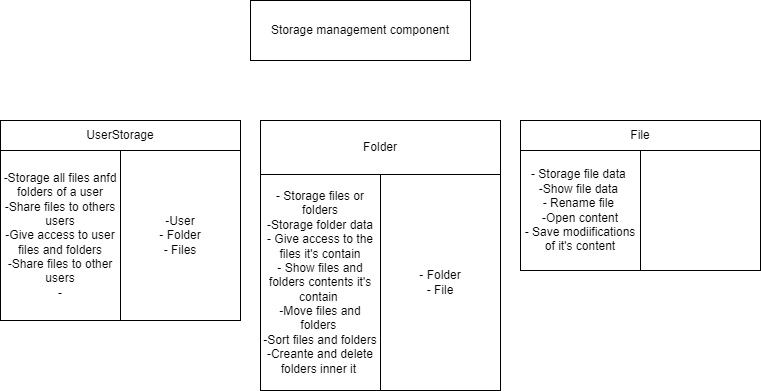
The draw.io diagram UML/CrcCards/CrcCardStorageManagement.drawio.png in Advanced-Programming-Project-Drive-UFJC/Backend-python, before a commit. Source tidied: cells renumbered, new cells last; positions are measured from the earlier drawing's top-left corner, leaving out a move shared by most shapes. Its diagram source:
```xml
<mxGraphModel>
  <root>
    <mxCell id="0" />
    <mxCell id="1" parent="0" />
    <mxCell id="2" style="group;" parent="1" vertex="1">
      <mxGeometry y="120" width="240" height="210" as="geometry" />
    </mxCell>
    <mxCell id="3" value="&lt;div style=&quot;&quot;&gt;-Storage all files anfd folders of a user&lt;/div&gt;&lt;div style=&quot;&quot;&gt;-Share files to others users&lt;/div&gt;&lt;div style=&quot;&quot;&gt;-Give access to user files and folders&lt;/div&gt;&lt;div style=&quot;&quot;&gt;-Share files to other users&lt;/div&gt;&lt;div style=&quot;&quot;&gt;-&lt;/div&gt;" style="whiteSpace=wrap;html=1;align=center;" parent="2" vertex="1">
      <mxGeometry y="30" width="120" height="170" as="geometry" />
    </mxCell>
    <mxCell id="4" value="-User&lt;div&gt;- Folder&lt;/div&gt;&lt;div&gt;- Files&lt;/div&gt;" style="whiteSpace=wrap;html=1;" parent="2" vertex="1">
      <mxGeometry x="120" y="30" width="120" height="170" as="geometry" />
    </mxCell>
    <mxCell id="5" value="UserStorage" style="whiteSpace=wrap;html=1;" parent="2" vertex="1">
      <mxGeometry width="240" height="30" as="geometry" />
    </mxCell>
    <mxCell id="6" style="group;" parent="1" vertex="1">
      <mxGeometry x="520" y="120" width="240" height="150" as="geometry" />
    </mxCell>
    <mxCell id="7" value="&lt;div style=&quot;&quot;&gt;- Storage file data&amp;nbsp;&lt;/div&gt;&lt;div style=&quot;&quot;&gt;-Show file data&amp;nbsp;&lt;/div&gt;&lt;div style=&quot;&quot;&gt;- Rename file&amp;nbsp;&lt;/div&gt;&lt;div style=&quot;&quot;&gt;-Open content&lt;/div&gt;&lt;div style=&quot;&quot;&gt;- Save modiifications of it's content&lt;/div&gt;" style="whiteSpace=wrap;html=1;align=center;" parent="6" vertex="1">
      <mxGeometry y="30" width="120" height="120" as="geometry" />
    </mxCell>
    <mxCell id="8" style="whiteSpace=wrap;html=1;" parent="6" vertex="1">
      <mxGeometry x="120" y="30" width="120" height="120" as="geometry" />
    </mxCell>
    <mxCell id="9" value="File" style="whiteSpace=wrap;html=1;" parent="6" vertex="1">
      <mxGeometry width="240" height="30" as="geometry" />
    </mxCell>
    <mxCell id="10" style="group;" parent="1" vertex="1">
      <mxGeometry x="260" y="120" width="240" height="270" as="geometry" />
    </mxCell>
    <mxCell id="11" value="&lt;div style=&quot;&quot;&gt;- Storage files or folders&lt;/div&gt;&lt;div style=&quot;&quot;&gt;-Storage folder data&lt;/div&gt;&lt;div style=&quot;&quot;&gt;- Give access to the files it's contain&lt;/div&gt;&lt;div style=&quot;&quot;&gt;- Show files and folders contents it's contain&amp;nbsp;&lt;/div&gt;&lt;div style=&quot;&quot;&gt;-Move files and folders&amp;nbsp;&lt;/div&gt;&lt;div style=&quot;&quot;&gt;-Sort files and folders&lt;/div&gt;&lt;div style=&quot;&quot;&gt;-Creante and delete folders inner it&amp;nbsp;&lt;/div&gt;" style="whiteSpace=wrap;html=1;align=center;" parent="10" vertex="1">
      <mxGeometry y="54" width="120" height="216" as="geometry" />
    </mxCell>
    <mxCell id="12" value="&lt;div&gt;- Folder&lt;/div&gt;&lt;div&gt;- File&lt;/div&gt;" style="whiteSpace=wrap;html=1;" parent="10" vertex="1">
      <mxGeometry x="120" y="54" width="120" height="216" as="geometry" />
    </mxCell>
    <mxCell id="13" value="Folder" style="whiteSpace=wrap;html=1;" parent="10" vertex="1">
      <mxGeometry width="240" height="54" as="geometry" />
    </mxCell>
    <mxCell id="14" value="Storage management component" style="rounded=0;whiteSpace=wrap;html=1;" parent="1" vertex="1">
      <mxGeometry x="250" width="220" height="60" as="geometry" />
    </mxCell>
  </root>
</mxGraphModel>
```
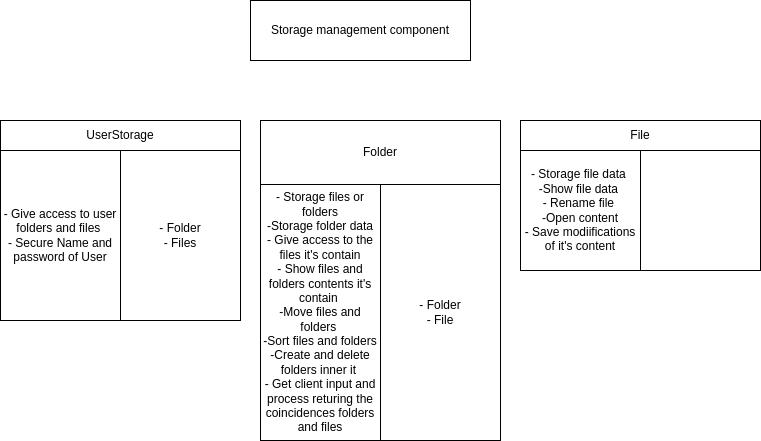
Above is the later version.

Commit message:
Uploading new version of Class diagrams and Crc Cards

Diff of the diagram source:
```diff
@@ -5,10 +5,10 @@
     <mxCell id="2" style="group;" parent="1" vertex="1">
       <mxGeometry y="120" width="240" height="210" as="geometry" />
     </mxCell>
-    <mxCell id="3" value="&lt;div style=&quot;&quot;&gt;-Storage all files anfd folders of a user&lt;/div&gt;&lt;div style=&quot;&quot;&gt;-Share files to others users&lt;/div&gt;&lt;div style=&quot;&quot;&gt;-Give access to user files and folders&lt;/div&gt;&lt;div style=&quot;&quot;&gt;-Share files to other users&lt;/div&gt;&lt;div style=&quot;&quot;&gt;-&lt;/div&gt;" style="whiteSpace=wrap;html=1;align=center;" parent="2" vertex="1">
+    <mxCell id="3" value="&lt;div style=&quot;&quot;&gt;- Give access to user folders and files&amp;nbsp;&lt;/div&gt;&lt;div style=&quot;&quot;&gt;- Secure Name and password of User&lt;/div&gt;" style="whiteSpace=wrap;html=1;align=center;" parent="2" vertex="1">
       <mxGeometry y="30" width="120" height="170" as="geometry" />
     </mxCell>
-    <mxCell id="4" value="-User&lt;div&gt;- Folder&lt;/div&gt;&lt;div&gt;- Files&lt;/div&gt;" style="whiteSpace=wrap;html=1;" parent="2" vertex="1">
+    <mxCell id="4" value="&lt;div&gt;- Folder&lt;/div&gt;&lt;div&gt;- Files&lt;/div&gt;" style="whiteSpace=wrap;html=1;" parent="2" vertex="1">
       <mxGeometry x="120" y="30" width="120" height="170" as="geometry" />
     </mxCell>
     <mxCell id="5" value="UserStorage" style="whiteSpace=wrap;html=1;" parent="2" vertex="1">
@@ -27,16 +27,16 @@
       <mxGeometry width="240" height="30" as="geometry" />
     </mxCell>
     <mxCell id="10" style="group;" parent="1" vertex="1">
-      <mxGeometry x="260" y="120" width="240" height="270" as="geometry" />
+      <mxGeometry x="260" y="120" width="240" height="320" as="geometry" />
     </mxCell>
-    <mxCell id="11" value="&lt;div style=&quot;&quot;&gt;- Storage files or folders&lt;/div&gt;&lt;div style=&quot;&quot;&gt;-Storage folder data&lt;/div&gt;&lt;div style=&quot;&quot;&gt;- Give access to the files it's contain&lt;/div&gt;&lt;div style=&quot;&quot;&gt;- Show files and folders contents it's contain&amp;nbsp;&lt;/div&gt;&lt;div style=&quot;&quot;&gt;-Move files and folders&amp;nbsp;&lt;/div&gt;&lt;div style=&quot;&quot;&gt;-Sort files and folders&lt;/div&gt;&lt;div style=&quot;&quot;&gt;-Creante and delete folders inner it&amp;nbsp;&lt;/div&gt;" style="whiteSpace=wrap;html=1;align=center;" parent="10" vertex="1">
-      <mxGeometry y="54" width="120" height="216" as="geometry" />
+    <mxCell id="11" value="&lt;div style=&quot;&quot;&gt;- Storage files or folders&lt;/div&gt;&lt;div style=&quot;&quot;&gt;-Storage folder data&lt;/div&gt;&lt;div style=&quot;&quot;&gt;- Give access to the files it's contain&lt;/div&gt;&lt;div style=&quot;&quot;&gt;- Show files and folders contents it's contain&amp;nbsp;&lt;/div&gt;&lt;div style=&quot;&quot;&gt;-Move files and folders&amp;nbsp;&lt;/div&gt;&lt;div style=&quot;&quot;&gt;-Sort files and folders&lt;/div&gt;&lt;div style=&quot;&quot;&gt;-Create and delete folders inner it&amp;nbsp;&lt;/div&gt;- Get client input and process returing the coincidences folders and files" style="whiteSpace=wrap;html=1;align=center;" parent="10" vertex="1">
+      <mxGeometry y="64" width="120" height="256" as="geometry" />
     </mxCell>
     <mxCell id="12" value="&lt;div&gt;- Folder&lt;/div&gt;&lt;div&gt;- File&lt;/div&gt;" style="whiteSpace=wrap;html=1;" parent="10" vertex="1">
-      <mxGeometry x="120" y="54" width="120" height="216" as="geometry" />
+      <mxGeometry x="120" y="64" width="120" height="256" as="geometry" />
     </mxCell>
     <mxCell id="13" value="Folder" style="whiteSpace=wrap;html=1;" parent="10" vertex="1">
-      <mxGeometry width="240" height="54" as="geometry" />
+      <mxGeometry width="240" height="64" as="geometry" />
     </mxCell>
     <mxCell id="14" value="Storage management component" style="rounded=0;whiteSpace=wrap;html=1;" parent="1" vertex="1">
       <mxGeometry x="250" width="220" height="60" as="geometry" />
```
